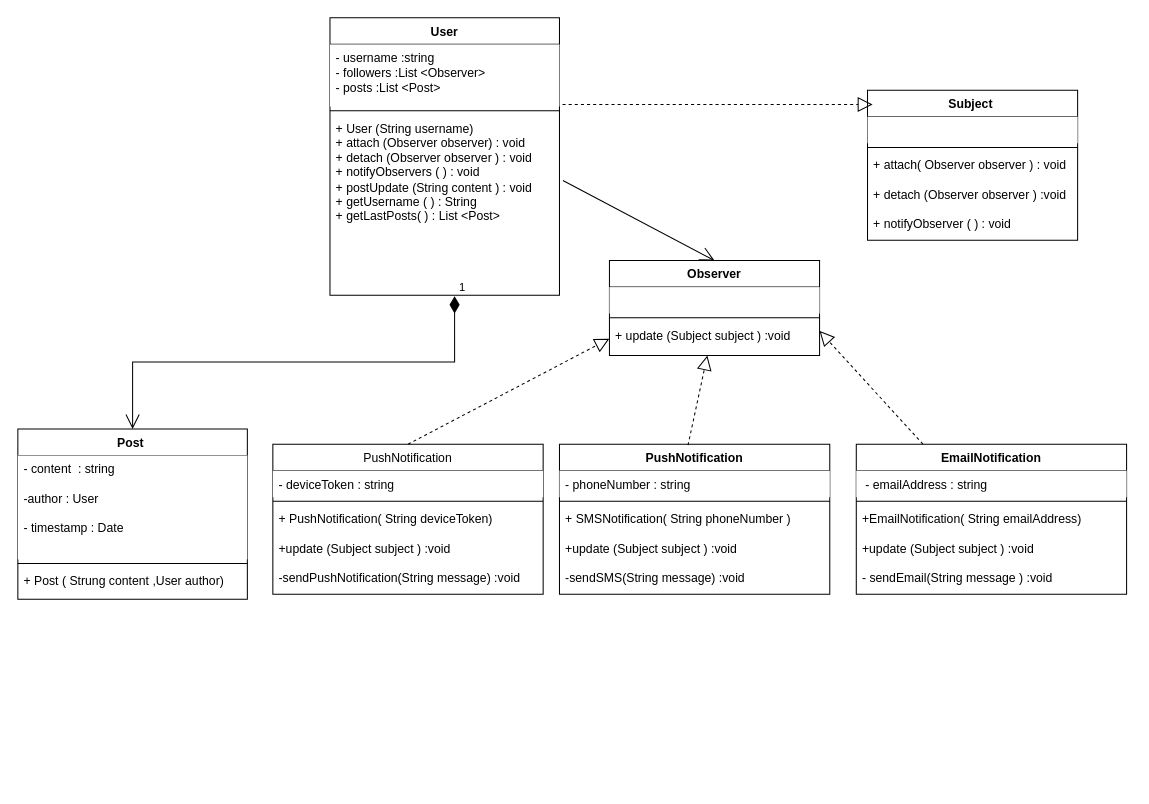
This is 01.drawio from 1579231583/student, a draw.io file, before an edit. Source tidied: cells renumbered, new cells numbered last; positions are measured from the earlier drawing's top-left corner, leaving out a move shared by most shapes. Both pictures are drawn from the tidied source at 102%, with x=0, y=0 at pixel (17, 17).
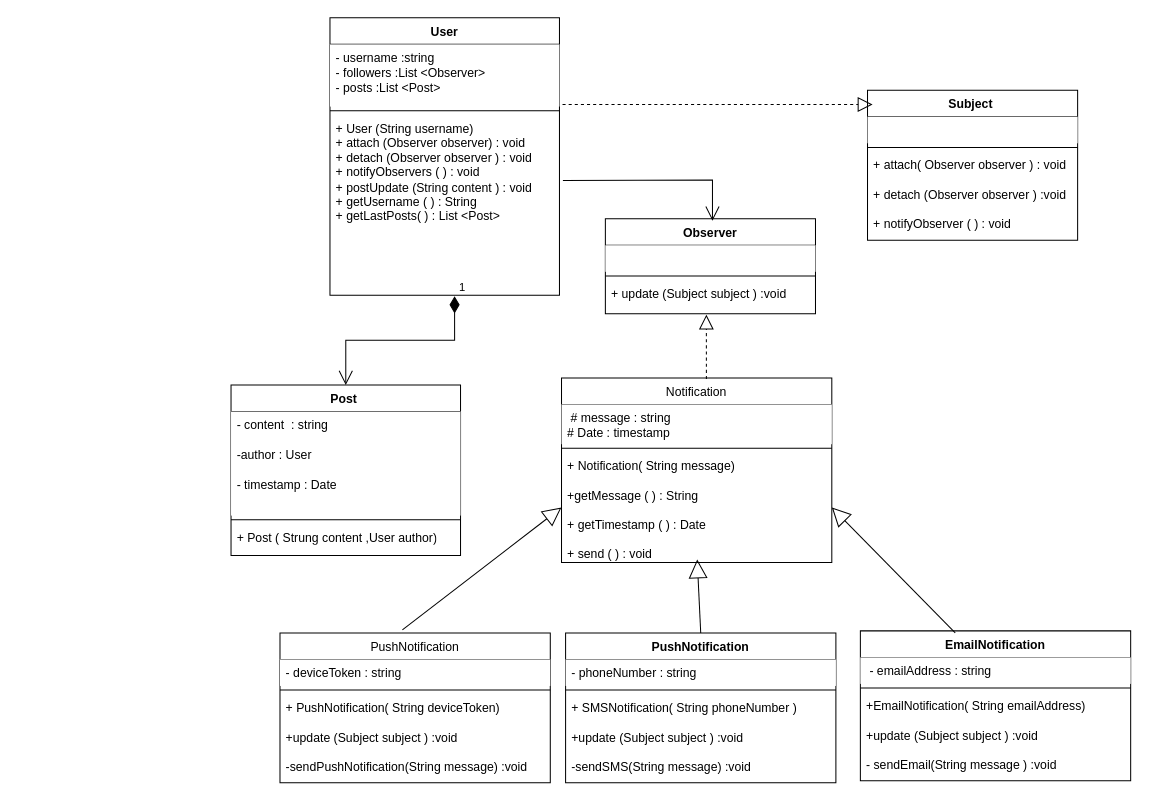
Above is the later version.

The change refers to these unchanged cells:
```xml
<mxCell id="9" value="+ update (Subject subject ) :void&amp;nbsp;" style="text;strokeColor=none;fillColor=none;align=left;verticalAlign=top;spacingLeft=4;spacingRight=4;overflow=hidden;points=[[0,0.5],[1,0.5]];portConstraint=eastwest;whiteSpace=wrap;html=1;" parent="6" vertex="1">
  <mxGeometry y="60" width="206" height="33" as="geometry" />
</mxCell>
<mxCell id="29" value="&lt;div&gt;&lt;div&gt;+ User (String username)&amp;nbsp;&lt;/div&gt;&lt;/div&gt;&lt;div&gt;+ attach (Observer observer) : void&lt;/div&gt;&lt;div&gt;+ detach (Observer observer ) : void&lt;/div&gt;&lt;div&gt;+ notifyObservers ( ) : void&lt;/div&gt;&lt;div&gt;+ postUpdate (String content ) : void&lt;/div&gt;&lt;div&gt;+ getUsername ( ) : String&amp;nbsp;&lt;/div&gt;&lt;div&gt;+ getLastPosts( ) : List &amp;lt;Post&amp;gt;&lt;/div&gt;" style="text;strokeColor=none;fillColor=none;align=left;verticalAlign=top;spacingLeft=4;spacingRight=4;overflow=hidden;points=[[0,0.5],[1,0.5]];portConstraint=eastwest;whiteSpace=wrap;html=1;" parent="26" vertex="1">
  <mxGeometry y="95" width="225" height="177" as="geometry" />
</mxCell>
```

Diff of the diagram source:
```diff
@@
     <mxCell id="6" value="Observer" style="swimlane;fontStyle=1;align=center;verticalAlign=top;horizontal=1;startSize=26;whiteSpace=wrap;html=1;" parent="1" vertex="1">
-      <mxGeometry x="580" y="238" width="206" height="93" as="geometry" />
+      <mxGeometry x="576" y="197" width="206" height="93" as="geometry" />
     </mxCell>
@@
     <mxCell id="10" value="PushNotification" style="swimlane;fontStyle=0;align=center;verticalAlign=top;horizontal=1;startSize=26;whiteSpace=wrap;html=1;" parent="1" vertex="1">
-      <mxGeometry x="250" y="418" width="265" height="147" as="geometry" />
+      <mxGeometry x="257" y="603" width="265" height="147" as="geometry" />
     </mxCell>
@@
     <mxCell id="14" value="EmailNotification" style="swimlane;fontStyle=1;align=center;verticalAlign=top;horizontal=1;startSize=26;whiteSpace=wrap;html=1;" parent="1" vertex="1">
-      <mxGeometry x="822" y="418" width="265" height="147" as="geometry" />
+      <mxGeometry x="826" y="601" width="265" height="147" as="geometry" />
     </mxCell>
@@
     <mxCell id="18" value="PushNotification" style="swimlane;fontStyle=1;align=center;verticalAlign=top;horizontal=1;startSize=26;whiteSpace=wrap;html=1;" parent="1" vertex="1">
-      <mxGeometry x="531" y="418" width="265" height="147" as="geometry" />
+      <mxGeometry x="537" y="603" width="265" height="147" as="geometry" />
     </mxCell>
@@
     <mxCell id="22" value="Post&amp;nbsp;" style="swimlane;fontStyle=1;align=center;verticalAlign=top;horizontal=1;startSize=26;whiteSpace=wrap;html=1;" parent="1" vertex="1">
-      <mxGeometry y="403" width="225" height="167" as="geometry" />
+      <mxGeometry x="209" y="360" width="225" height="167" as="geometry" />
     </mxCell>
@@
-    <mxCell id="30" style="endArrow=block;dashed=1;endFill=0;endSize=12;html=1;rounded=0;exitX=0.5;exitY=0;exitDx=0;exitDy=0;entryX=0;entryY=0.5;entryDx=0;entryDy=0;" parent="1" edge="1" source="10" target="9">
-      <mxGeometry relative="1" as="geometry" />
-    </mxCell>
-    <mxCell id="31" style="endArrow=block;dashed=1;endFill=0;endSize=12;html=1;rounded=0;entryX=0.466;entryY=1;entryDx=0;entryDy=0;entryPerimeter=0;" parent="1" edge="1" target="9">
-      <mxGeometry relative="1" as="geometry">
-        <mxPoint x="657" y="419" as="sourcePoint" />
-      </mxGeometry>
-    </mxCell>
-    <mxCell id="32" style="endArrow=block;dashed=1;endFill=0;endSize=12;html=1;rounded=0;entryX=1;entryY=0.273;entryDx=0;entryDy=0;entryPerimeter=0;" parent="1" edge="1" source="14" target="9">
-      <mxGeometry relative="1" as="geometry" />
-    </mxCell>
@@
-    <mxCell id="34" style="endArrow=open;endFill=1;endSize=12;html=1;rounded=0;entryX=0.5;entryY=0;entryDx=0;entryDy=0;exitX=1.015;exitY=0.364;exitDx=0;exitDy=0;exitPerimeter=0;" parent="1" edge="1" source="29" target="6">
-      <mxGeometry relative="1" as="geometry" />
+    <mxCell id="34" style="endArrow=open;endFill=1;endSize=12;html=1;rounded=0;exitX=1.015;exitY=0.364;exitDx=0;exitDy=0;exitPerimeter=0;" parent="1" edge="1" source="29">
+      <mxGeometry relative="1" as="geometry">
+        <mxPoint x="681" y="199" as="targetPoint" />
+        <Array as="points">
+          <mxPoint x="681" y="159" />
+        </Array>
+      </mxGeometry>
     </mxCell>
@@
+    <mxCell id="36" value="Notification" style="swimlane;fontStyle=0;align=center;verticalAlign=top;horizontal=1;startSize=26;whiteSpace=wrap;html=1;" parent="1" vertex="1">
+      <mxGeometry x="533" y="353" width="265" height="181" as="geometry" />
+    </mxCell>
+    <mxCell id="37" value="&amp;nbsp;# message : string&lt;div&gt;# Date : timestamp&lt;/div&gt;" style="text;strokeColor=none;fillColor=default;align=left;verticalAlign=top;spacingLeft=4;spacingRight=4;overflow=hidden;whiteSpace=wrap;html=1;" parent="36" vertex="1">
+      <mxGeometry y="26" width="265" height="39" as="geometry" />
+    </mxCell>
+    <mxCell id="38" style="line;strokeWidth=1;fillColor=none;align=left;verticalAlign=middle;spacingTop=-1;spacingLeft=3;spacingRight=3;labelPosition=right;strokeColor=inherit;" parent="36" vertex="1">
+      <mxGeometry y="65" width="265" height="8" as="geometry" />
+    </mxCell>
+    <mxCell id="39" value="+ Notification( String message)&lt;div&gt;&lt;br&gt;&lt;/div&gt;&lt;div&gt;+getMessage ( ) : String&amp;nbsp;&amp;nbsp;&lt;/div&gt;&lt;div&gt;&lt;br&gt;&lt;/div&gt;&lt;div&gt;+ getTimestamp ( ) : Date&lt;/div&gt;&lt;div&gt;&lt;br&gt;&lt;/div&gt;&lt;div&gt;+ send ( ) : void&lt;/div&gt;&lt;div&gt;&lt;br&gt;&lt;/div&gt;" style="text;strokeColor=none;fillColor=none;align=left;verticalAlign=top;spacingLeft=4;spacingRight=4;overflow=hidden;points=[[0,0.5],[1,0.5]];portConstraint=eastwest;whiteSpace=wrap;html=1;" parent="36" vertex="1">
+      <mxGeometry y="73" width="265" height="108" as="geometry" />
+    </mxCell>
+    <mxCell id="40" style="endArrow=block;endSize=16;endFill=0;html=1;rounded=0;entryX=0;entryY=0.5;entryDx=0;entryDy=0;" parent="1" edge="1" target="39">
+      <mxGeometry x="-0.62" y="-41" relative="1" as="geometry">
+        <mxPoint x="377" y="600" as="sourcePoint" />
+      </mxGeometry>
+    </mxCell>
+    <mxCell id="41" style="endArrow=block;endSize=16;endFill=0;html=1;rounded=0;exitX=0.5;exitY=0;exitDx=0;exitDy=0;entryX=0.502;entryY=0.972;entryDx=0;entryDy=0;entryPerimeter=0;" parent="1" edge="1" source="18" target="39">
+      <mxGeometry x="-0.62" y="-41" relative="1" as="geometry" />
+    </mxCell>
+    <mxCell id="42" style="endArrow=block;endSize=16;endFill=0;html=1;rounded=0;exitX=0.435;exitY=0.012;exitDx=0;exitDy=0;exitPerimeter=0;entryX=1;entryY=0.5;entryDx=0;entryDy=0;" parent="1" edge="1" target="39">
+      <mxGeometry x="-0.62" y="-41" relative="1" as="geometry">
+        <mxPoint x="919" y="603" as="sourcePoint" />
+      </mxGeometry>
+    </mxCell>
+    <mxCell id="43" style="endArrow=block;dashed=1;endFill=0;endSize=12;html=1;rounded=0;exitX=0.536;exitY=0.006;exitDx=0;exitDy=0;exitPerimeter=0;" parent="1" edge="1" source="36">
+      <mxGeometry relative="1" as="geometry">
+        <mxPoint x="675" y="291" as="targetPoint" />
+      </mxGeometry>
+    </mxCell>
```
